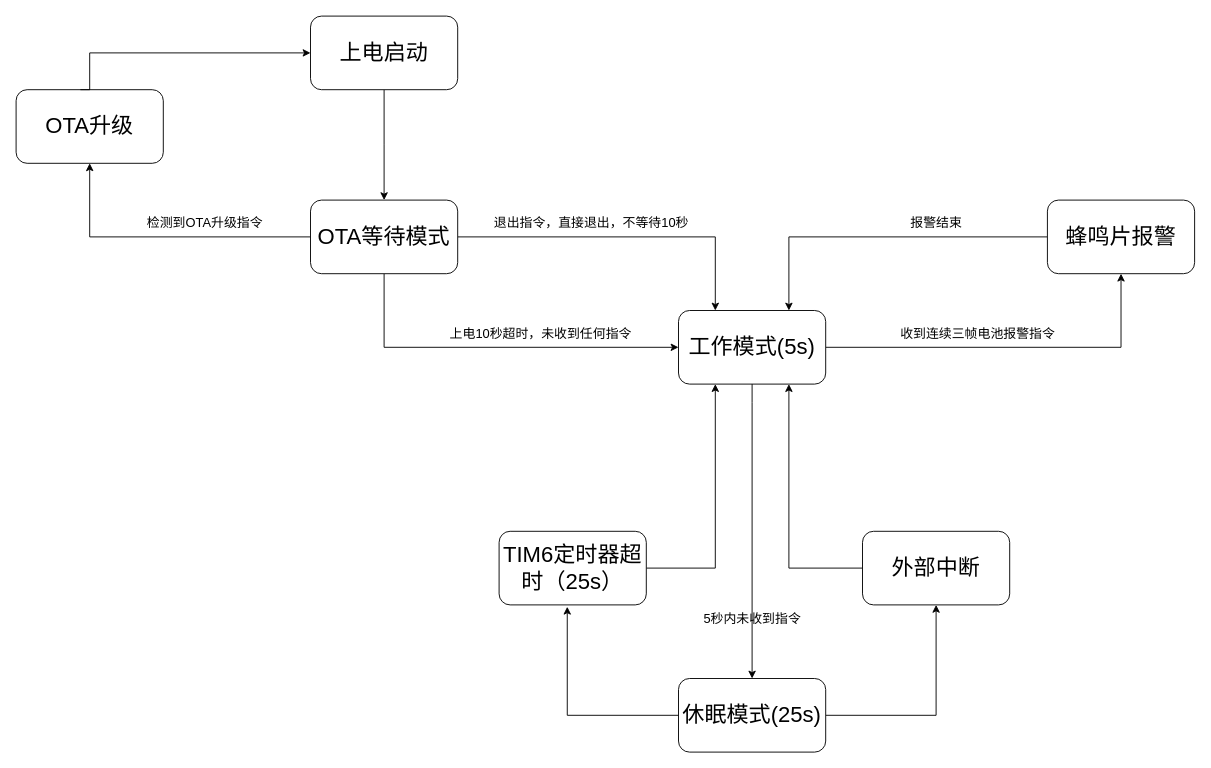
The draw.io diagram libuuu/未命名绘图.drawio in wuzexiang99/mfgtools, before the edit. Source tidied: cells renumbered, new cells numbered last; positions are measured from the earlier drawing's top-left corner, leaving out a move shared by most shapes. Both pictures are drawn from the tidied source at 92%, with x=0, y=0 at pixel (16, 16).
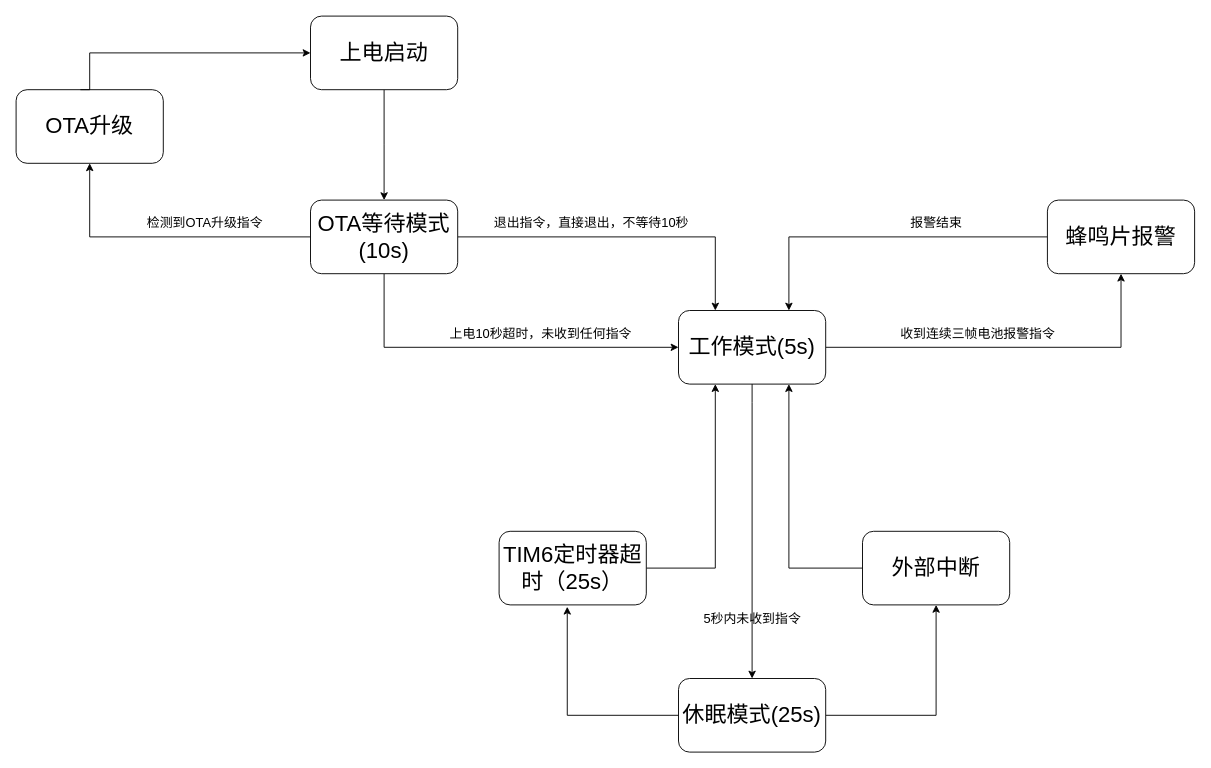
After the change.

Commit message:
更新未命名绘图.drawio

What changed in the source:
```diff
@@
-    <mxCell id="11" value="&lt;span style=&quot;font-size: 24px;&quot;&gt;OTA等待模式&lt;/span&gt;" style="rounded=1;whiteSpace=wrap;html=1;" parent="1" vertex="1">
+    <mxCell id="11" value="&lt;span style=&quot;font-size: 24px;&quot;&gt;OTA等待模式(10s)&lt;/span&gt;" style="rounded=1;whiteSpace=wrap;html=1;" parent="1" vertex="1">
       <mxGeometry x="320" y="200" width="160" height="80" as="geometry" />
     </mxCell>
```
